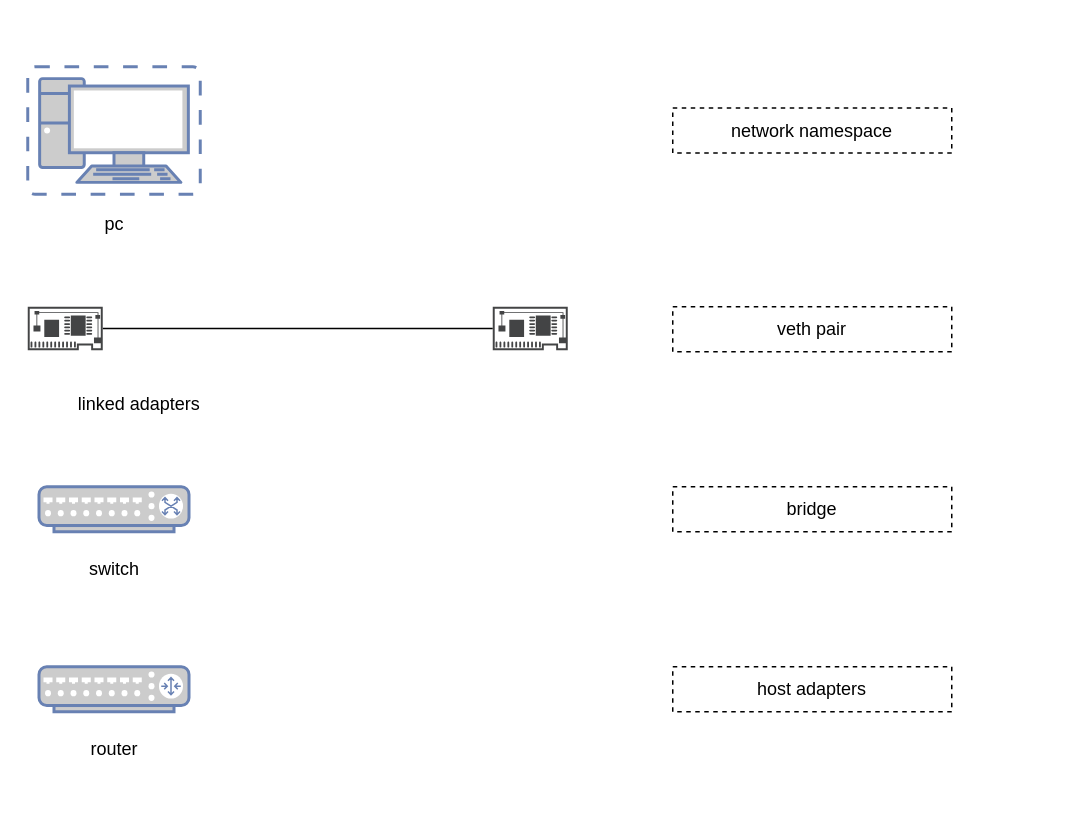
Earlier version of the draw.io diagram page "exp_intro" (7 of 12) of network_trainning.drawio (garryfan2013/network_trainning). Source tidied: cells renumbered, new cells numbered last; positions are measured from the earlier drawing's top-left corner, leaving out a move shared by most shapes. Both pictures are drawn from the tidied source at 150%, with x=0, y=0 at pixel (27, 66).
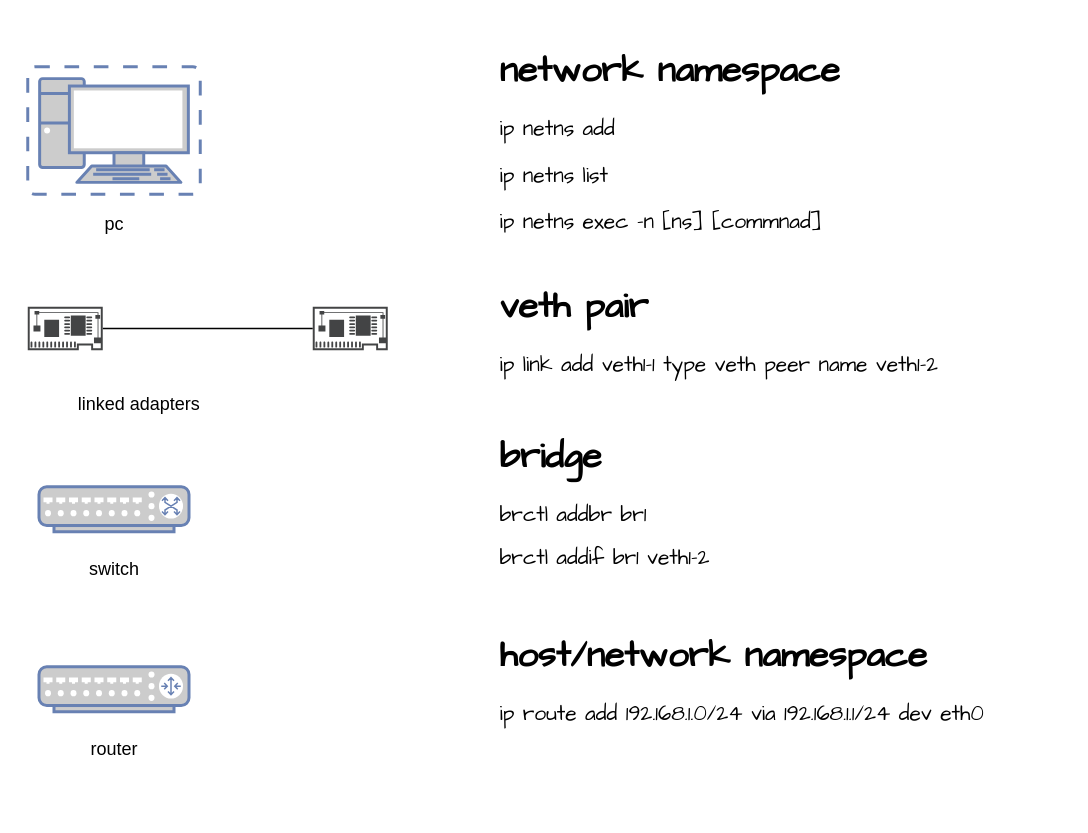
After the change.

What changed in the source:
```diff
@@
 <mxGraphModel>
   <root>
     <mxCell id="0" />
     <mxCell id="1" parent="0" />
     <mxCell id="2" style="edgeStyle=orthogonalEdgeStyle;curved=1;rounded=0;jettySize=auto;html=1;endArrow=none;endFill=0;elbow=vertical;" parent="1" edge="1" source="3" target="4">
       <mxGeometry relative="1" as="geometry" />
     </mxCell>
     <mxCell id="3" style="sketch=0;shadow=0;dashed=0;html=1;strokeColor=none;fillColor=#434445;labelPosition=center;verticalLabelPosition=bottom;verticalAlign=top;align=center;outlineConnect=0;shape=mxgraph.vvd.physical_network_adapter;" parent="1" vertex="1">
       <mxGeometry y="160" width="50" height="29" as="geometry" />
     </mxCell>
     <mxCell id="4" style="sketch=0;shadow=0;dashed=0;html=1;strokeColor=none;fillColor=#434445;labelPosition=center;verticalLabelPosition=bottom;verticalAlign=top;align=center;outlineConnect=0;shape=mxgraph.vvd.physical_network_adapter;" parent="1" vertex="1">
-      <mxGeometry x="310" y="160" width="50" height="29" as="geometry" />
+      <mxGeometry x="190" y="160" width="50" height="29" as="geometry" />
     </mxCell>
     <mxCell id="5" style="fontColor=#0066CC;verticalAlign=top;verticalLabelPosition=bottom;labelPosition=center;align=center;html=1;fillColor=#CCCCCC;strokeColor=#6881B3;gradientColor=none;gradientDirection=north;strokeWidth=2;shape=mxgraph.networks.router;" parent="1" vertex="1">
       <mxGeometry x="7.5" y="400" width="100" height="30" as="geometry" />
     </mxCell>
     <mxCell id="6" style="fontColor=#0066CC;verticalAlign=top;verticalLabelPosition=bottom;labelPosition=center;align=center;html=1;fillColor=#CCCCCC;strokeColor=#6881B3;gradientColor=none;gradientDirection=north;strokeWidth=2;shape=mxgraph.networks.switch;" parent="1" vertex="1">
       <mxGeometry x="7.5" y="280" width="100" height="30" as="geometry" />
     </mxCell>
     <mxCell id="7" style="fontColor=#0066CC;verticalAlign=top;verticalLabelPosition=bottom;labelPosition=center;align=center;html=1;fillColor=#CCCCCC;strokeColor=#6881B3;gradientColor=none;gradientDirection=north;strokeWidth=2;shape=mxgraph.networks.virtual_pc;" parent="1" vertex="1">
       <mxGeometry width="115" height="85" as="geometry" />
     </mxCell>
-    <mxCell id="8" value="network namespace" style="text;html=1;strokeColor=default;fillColor=none;align=center;verticalAlign=middle;whiteSpace=wrap;rounded=0;dashed=1;" parent="1" vertex="1">
-      <mxGeometry x="430" y="27.5" width="186" height="30" as="geometry" />
-    </mxCell>
-    <mxCell id="9" value="veth pair" style="text;html=1;strokeColor=default;fillColor=none;align=center;verticalAlign=middle;whiteSpace=wrap;rounded=0;dashed=1;" parent="1" vertex="1">
-      <mxGeometry x="430" y="160" width="186" height="30" as="geometry" />
-    </mxCell>
-    <mxCell id="10" value="bridge" style="text;html=1;strokeColor=default;fillColor=none;align=center;verticalAlign=middle;whiteSpace=wrap;rounded=0;dashed=1;" parent="1" vertex="1">
-      <mxGeometry x="430" y="280" width="186" height="30" as="geometry" />
-    </mxCell>
-    <mxCell id="11" value="host adapters" style="text;html=1;strokeColor=default;fillColor=none;align=center;verticalAlign=middle;whiteSpace=wrap;rounded=0;dashed=1;" parent="1" vertex="1">
-      <mxGeometry x="430" y="400" width="186" height="30" as="geometry" />
-    </mxCell>
     <mxCell id="12" value="pc" style="text;html=1;strokeColor=none;fillColor=none;align=center;verticalAlign=middle;whiteSpace=wrap;rounded=0;dashed=1;" parent="1" vertex="1">
       <mxGeometry x="27.5" y="90" width="60" height="30" as="geometry" />
     </mxCell>
     <mxCell id="13" value="linked adapters" style="text;html=1;strokeColor=none;fillColor=none;align=center;verticalAlign=middle;whiteSpace=wrap;rounded=0;dashed=1;" parent="1" vertex="1">
       <mxGeometry x="27.5" y="210" width="92.5" height="30" as="geometry" />
     </mxCell>
     <mxCell id="14" value="switch" style="text;html=1;strokeColor=none;fillColor=none;align=center;verticalAlign=middle;whiteSpace=wrap;rounded=0;dashed=1;" parent="1" vertex="1">
       <mxGeometry x="27.5" y="320" width="60" height="30" as="geometry" />
     </mxCell>
     <mxCell id="15" value="router" style="text;html=1;strokeColor=none;fillColor=none;align=center;verticalAlign=middle;whiteSpace=wrap;rounded=0;dashed=1;" parent="1" vertex="1">
       <mxGeometry x="27.5" y="440" width="60" height="30" as="geometry" />
     </mxCell>
+    <mxCell id="16" value="&lt;h1&gt;network namespace&lt;/h1&gt;&lt;p style=&quot;font-size: 14px&quot;&gt;&lt;font style=&quot;font-size: 14px&quot;&gt;ip netns add&lt;/font&gt;&lt;/p&gt;&lt;p style=&quot;font-size: 14px&quot;&gt;&lt;font style=&quot;font-size: 14px&quot;&gt;ip netns list&lt;/font&gt;&lt;/p&gt;&lt;p style=&quot;font-size: 14px&quot;&gt;&lt;font style=&quot;font-size: 14px&quot;&gt;ip netns exec -n [ns] [commnad]&lt;/font&gt;&lt;/p&gt;" style="text;html=1;strokeColor=none;fillColor=none;spacing=5;spacingTop=-20;whiteSpace=wrap;overflow=hidden;rounded=0;fontFamily=Comic Sans MS;" parent="1" vertex="1">
+      <mxGeometry x="310" y="-17.5" width="370" height="127.5" as="geometry" />
+    </mxCell>
+    <mxCell id="17" value="&lt;h1&gt;veth pair&lt;/h1&gt;&lt;p&gt;&lt;font style=&quot;font-size: 14px&quot;&gt;ip link add veth1-1 type veth peer name veth1-2&lt;/font&gt;&lt;/p&gt;" style="text;html=1;strokeColor=none;fillColor=none;spacing=5;spacingTop=-20;whiteSpace=wrap;overflow=hidden;rounded=0;fontFamily=Comic Sans MS;" parent="1" vertex="1">
+      <mxGeometry x="310" y="140" width="370" height="120" as="geometry" />
+    </mxCell>
+    <mxCell id="18" value="&lt;h1&gt;bridge&lt;/h1&gt;&lt;p&gt;&lt;span style=&quot;font-size: 14px&quot;&gt;brctl&amp;nbsp;addbr br1&lt;/span&gt;&lt;/p&gt;&lt;p&gt;&lt;span style=&quot;font-size: 14px&quot;&gt;brctl addif br1 veth1-2&lt;/span&gt;&lt;/p&gt;" style="text;html=1;strokeColor=none;fillColor=none;spacing=5;spacingTop=-20;whiteSpace=wrap;overflow=hidden;rounded=0;fontFamily=Comic Sans MS;" parent="1" vertex="1">
+      <mxGeometry x="310" y="240" width="370" height="120" as="geometry" />
+    </mxCell>
+    <mxCell id="19" value="&lt;h1&gt;host/network namespace&lt;/h1&gt;&lt;p&gt;&lt;font style=&quot;font-size: 14px&quot;&gt;ip route add 192.168.1.0/24 via 192.168.1.1/24 dev eth0&lt;/font&gt;&lt;/p&gt;" style="text;html=1;strokeColor=none;fillColor=none;spacing=5;spacingTop=-20;whiteSpace=wrap;overflow=hidden;rounded=0;fontFamily=Comic Sans MS;" parent="1" vertex="1">
+      <mxGeometry x="310" y="373" width="380" height="120" as="geometry" />
+    </mxCell>
   </root>
 </mxGraphModel>
```
